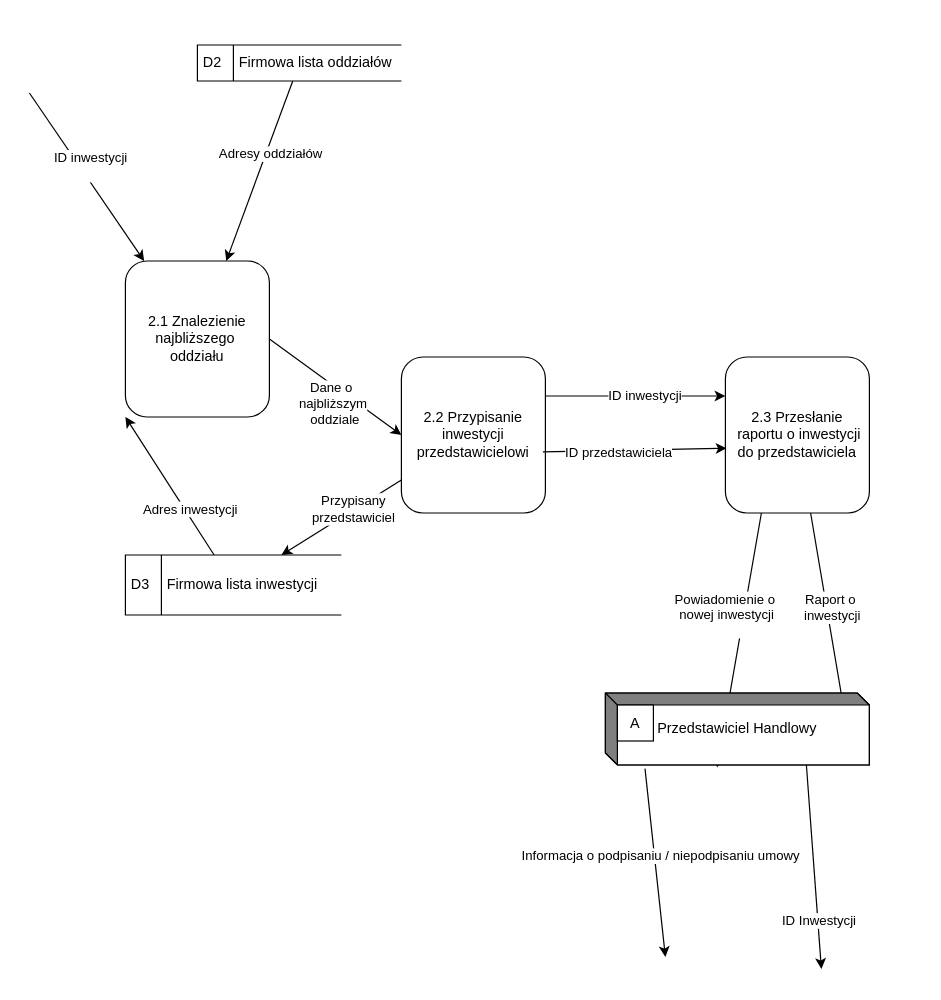
Earlier version of the draw.io diagram page "Diagram poziomu 1 diagram 2" (4 of 7) of DPD/Diagram DPD.drawio (Mackin1232/modelowanie-systemow). Source tidied: cells renumbered, new cells numbered last; positions are measured from the earlier drawing's top-left corner, leaving out a move shared by most shapes. Both pictures are drawn from the tidied source at 120%, with x=0, y=0 at pixel (29, 44).
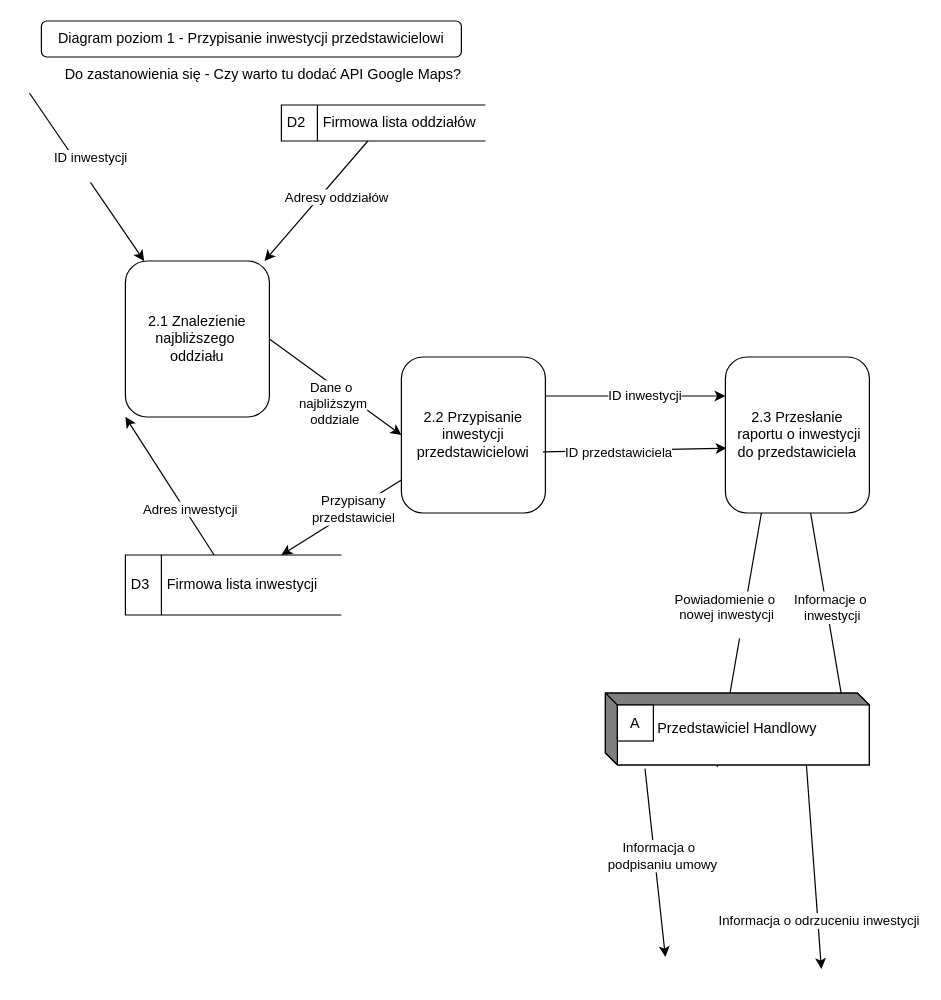
Above is the later version.

The change refers to these unchanged cells:
```xml
<mxCell id="19" style="endArrow=classic;html=1;rounded=0;entryX=0.936;entryY=0.933;entryDx=0;entryDy=0;entryPerimeter=0;" parent="1" edge="1" source="16" target="23">
  <mxGeometry relative="1" as="geometry" />
</mxCell>
<mxCell id="27" style="endArrow=classic;html=1;rounded=0;exitX=0.15;exitY=1.05;exitDx=0;exitDy=0;exitPerimeter=0;" parent="1" edge="1" source="23">
  <mxGeometry relative="1" as="geometry">
    <mxPoint x="530" y="760" as="targetPoint" />
  </mxGeometry>
</mxCell>
<mxCell id="29" style="endArrow=classic;html=1;rounded=0;exitX=0;exitY=0;exitDx=167.5;exitDy=60;exitPerimeter=0;" parent="1" edge="1" source="23">
  <mxGeometry relative="1" as="geometry">
    <mxPoint x="660" y="770" as="targetPoint" />
  </mxGeometry>
</mxCell>
```

The edit, as a diff of the source:
```diff
@@
     <mxCell id="5" value="D2&lt;span style=&quot;white-space: pre;&quot;&gt;&#9;&lt;/span&gt;&amp;nbsp;Firmowa lista oddziałów" style="html=1;dashed=0;whiteSpace=wrap;shape=mxgraph.dfd.dataStoreID;align=left;spacingLeft=3;points=[[0,0],[0.5,0],[1,0],[0,0.5],[1,0.5],[0,1],[0.5,1],[1,1]];" parent="1" vertex="1">
-      <mxGeometry x="140" width="170" height="30" as="geometry" />
+      <mxGeometry x="210" y="50" width="170" height="30" as="geometry" />
     </mxCell>
@@
-    <mxCell id="20" value="&lt;div&gt;Raport o&amp;nbsp;&lt;/div&gt;&lt;div&gt;inwestycji&lt;/div&gt;" style="edgeLabel;html=1;align=center;verticalAlign=middle;" parent="19" vertex="1">
+    <mxCell id="20" value="&lt;div&gt;Informacje o&amp;nbsp;&lt;/div&gt;&lt;div&gt;inwestycji&lt;/div&gt;" style="edgeLabel;html=1;align=center;verticalAlign=middle;" parent="19" vertex="1">
       <mxGeometry x="0.23" y="-4" relative="1" as="geometry">
         <mxPoint y="-48" as="offset" />
       </mxGeometry>
     </mxCell>
@@
-    <mxCell id="28" value="Informacja o podpisaniu / niepodpisaniu umowy" style="edgeLabel;html=1;align=center;verticalAlign=middle;" parent="27" vertex="1">
+    <mxCell id="28" value="Informacja o&amp;nbsp;&lt;div&gt;&amp;nbsp;podpisaniu umowy&lt;/div&gt;" style="edgeLabel;html=1;align=center;verticalAlign=middle;" parent="27" vertex="1">
       <mxGeometry x="-0.08" y="5" relative="1" as="geometry" />
     </mxCell>
@@
-    <mxCell id="30" value="&lt;div&gt;ID Inwestycji&lt;/div&gt;" style="edgeLabel;html=1;align=center;verticalAlign=middle;" parent="29" vertex="1">
+    <mxCell id="30" value="&lt;div&gt;Informacja o odrzuceniu inwestycji&lt;/div&gt;" style="edgeLabel;html=1;align=center;verticalAlign=middle;" parent="29" vertex="1">
       <mxGeometry x="0.53" relative="1" as="geometry" />
     </mxCell>
+    <mxCell id="31" value="Diagram poziom 1 - Przypisanie inwestycji przedstawicielowi" style="rounded=1;whiteSpace=wrap;html=1;" parent="1" vertex="1">
+      <mxGeometry x="10" y="-20" width="350" height="30" as="geometry" />
+    </mxCell>
+    <mxCell id="32" value="Do zastanowienia się - Czy warto tu dodać API Google Maps?" style="text;html=1;whiteSpace=wrap;strokeColor=none;fillColor=none;align=center;verticalAlign=middle;rounded=0;" parent="1" vertex="1">
+      <mxGeometry x="20" y="10" width="350" height="30" as="geometry" />
+    </mxCell>
```
